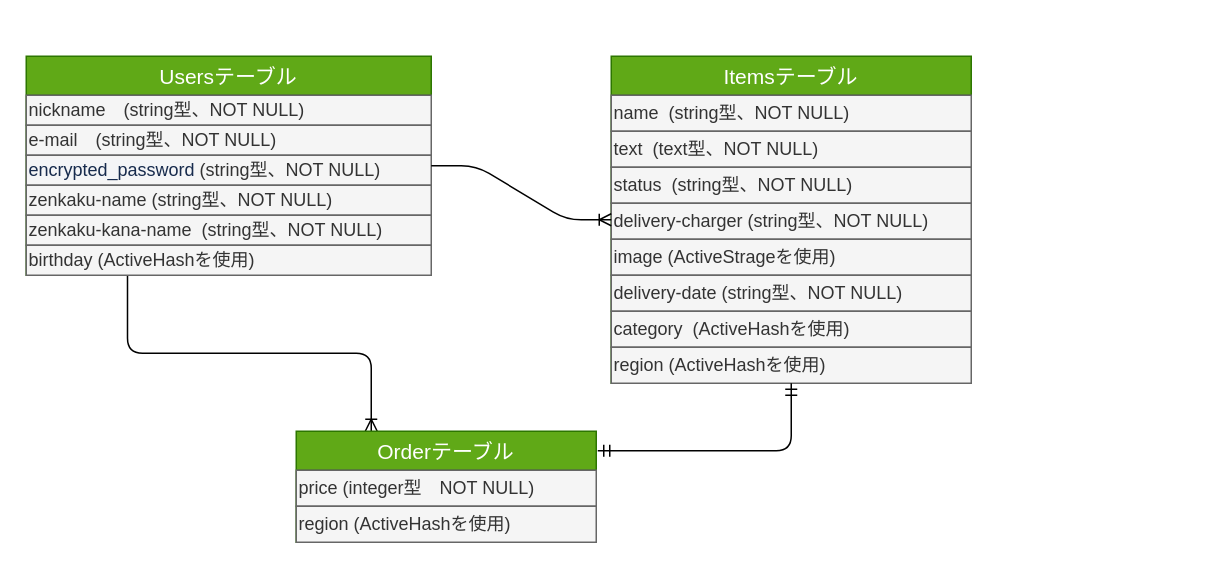
Above: er.dio in matsuurara/furima-35948 (draw.io), before the change. Source tidied: cells renumbered, new cells numbered last; positions are measured from the earlier drawing's top-left corner, leaving out a move shared by most shapes. Both pictures are drawn from the tidied source at 150%, with x=0, y=0 at pixel (26, 56).
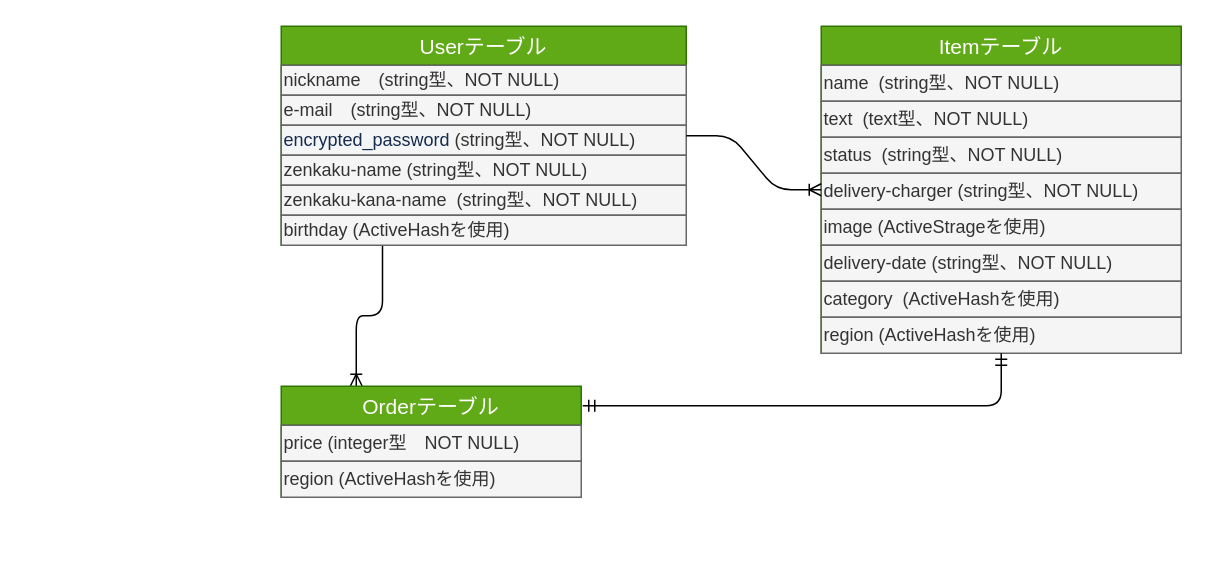
Above is the later version.

Commit message:
ER図を微修正

The edit, as a diff of the source:
```diff
@@
-    <mxCell id="3" value="Usersテーブル" style="swimlane;fontStyle=0;horizontal=1;startSize=26;align=center;fontSize=14;fillColor=#60a917;strokeColor=#2D7600;fontColor=#ffffff;" parent="1" vertex="1">
-      <mxGeometry width="270" height="146" as="geometry" />
+    <mxCell id="3" value="Userテーブル" style="swimlane;fontStyle=0;horizontal=1;startSize=26;align=center;fontSize=14;fillColor=#60a917;strokeColor=#2D7600;fontColor=#ffffff;" parent="1" vertex="1">
+      <mxGeometry x="170" y="-20" width="270" height="146" as="geometry" />
     </mxCell>
@@
-    <mxCell id="10" value="Itemsテーブル" style="swimlane;fontStyle=0;horizontal=1;startSize=26;align=center;fontSize=14;fillColor=#60a917;strokeColor=#2D7600;fontColor=#ffffff;" parent="1" vertex="1">
-      <mxGeometry x="390" width="240" height="218" as="geometry" />
+    <mxCell id="10" value="Itemテーブル" style="swimlane;fontStyle=0;horizontal=1;startSize=26;align=center;fontSize=14;fillColor=#60a917;strokeColor=#2D7600;fontColor=#ffffff;" parent="1" vertex="1">
+      <mxGeometry x="530" y="-20" width="240" height="218" as="geometry" />
     </mxCell>
@@
     <mxCell id="19" value="Orderテーブル" style="swimlane;fontStyle=0;horizontal=1;startSize=26;align=center;fontSize=14;fillColor=#60a917;strokeColor=#2D7600;fontColor=#ffffff;" parent="1" vertex="1">
-      <mxGeometry x="180" y="250" width="200" height="74" as="geometry" />
+      <mxGeometry x="170" y="220" width="200" height="74" as="geometry" />
     </mxCell>
```
